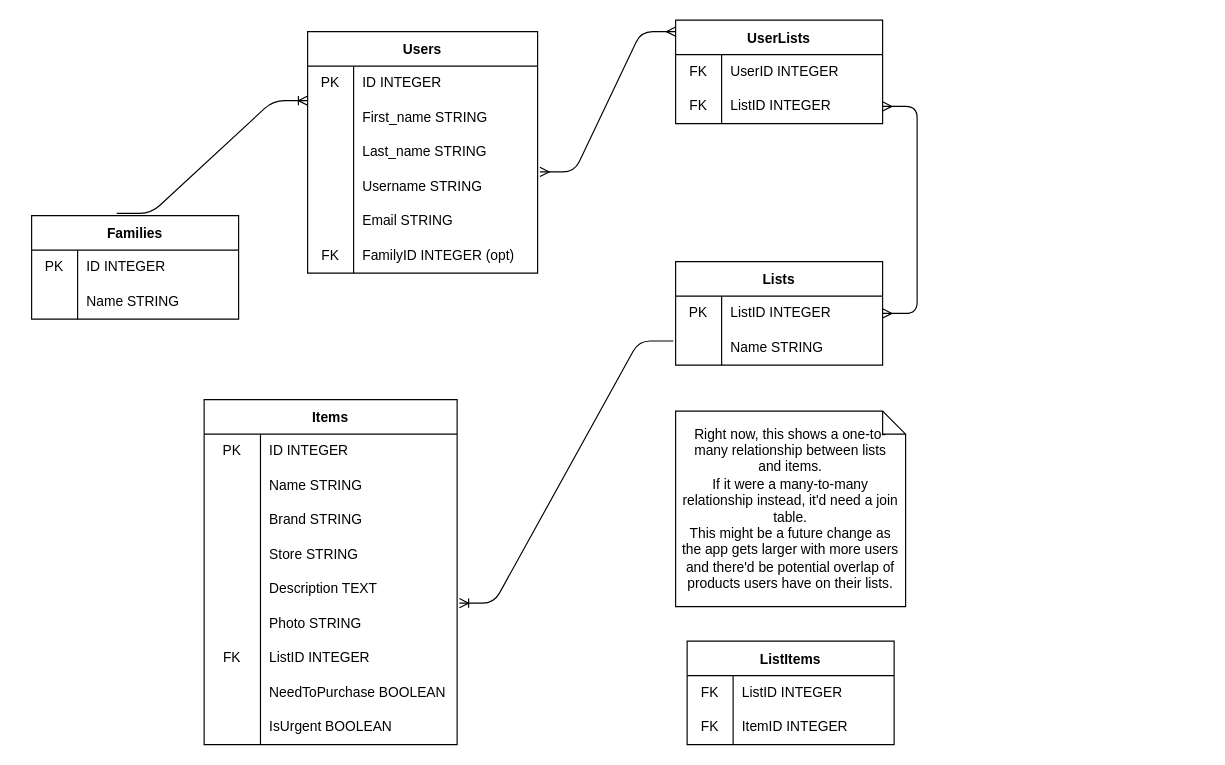
Earlier version of the draw.io diagram Back-End/notes-for-personal-fullstack-project.drawio (lucilejones/fullstack-knowledge-base). Source tidied: cells renumbered, new cells numbered last; positions are measured from the earlier drawing's top-left corner, leaving out a move shared by most shapes. Both pictures are drawn from the tidied source at 115%, with x=0, y=0 at pixel (31, 20).
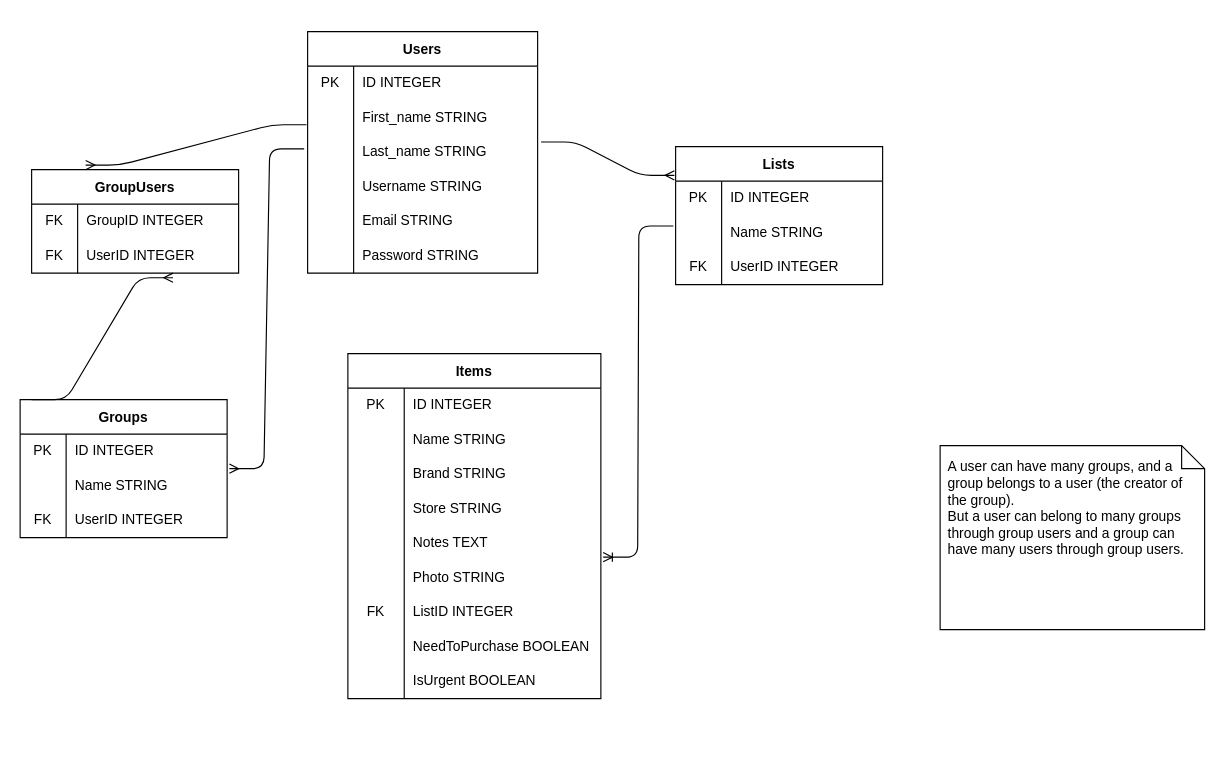
Above is the later version.

Commit message (it also covers changes not shown here):
added notes for fullstack demo part 2

The change refers to these unchanged cells:
```xml
<mxCell id="6" style="shape=tableRow;horizontal=0;startSize=0;swimlaneHead=0;swimlaneBody=0;top=0;left=0;bottom=0;right=0;fillColor=none;points=[[0,0.5],[1,0.5]];portConstraint=eastwest;" parent="2" vertex="1">
  <mxGeometry y="60" width="200" height="30" as="geometry" />
</mxCell>
<mxCell id="9" style="shape=tableRow;horizontal=0;startSize=0;swimlaneHead=0;swimlaneBody=0;top=0;left=0;bottom=0;right=0;fillColor=none;points=[[0,0.5],[1,0.5]];portConstraint=eastwest;" parent="2" vertex="1">
  <mxGeometry y="90" width="200" height="30" as="geometry" />
</mxCell>
<mxCell id="12" style="shape=tableRow;horizontal=0;startSize=0;swimlaneHead=0;swimlaneBody=0;top=0;left=0;bottom=0;right=0;fillColor=none;points=[[0,0.5],[1,0.5]];portConstraint=eastwest;" parent="2" vertex="1">
  <mxGeometry y="120" width="200" height="30" as="geometry" />
</mxCell>
<mxCell id="18" style="shape=tableRow;horizontal=0;startSize=0;swimlaneHead=0;swimlaneBody=0;top=0;left=0;bottom=0;right=0;fillColor=none;" parent="2" vertex="1">
  <mxGeometry y="180" width="200" height="30" as="geometry" />
</mxCell>
<mxCell id="34" style="shape=tableRow;horizontal=0;startSize=0;swimlaneHead=0;swimlaneBody=0;top=0;left=0;bottom=0;right=0;fillColor=none;" parent="21" vertex="1">
  <mxGeometry y="150" width="220" height="30" as="geometry" />
</mxCell>
<mxCell id="37" style="shape=tableRow;horizontal=0;startSize=0;swimlaneHead=0;swimlaneBody=0;top=0;left=0;bottom=0;right=0;fillColor=none;points=[[0,0.5],[1,0.5]];portConstraint=eastwest;" parent="21" vertex="1">
  <mxGeometry y="180" width="220" height="30" as="geometry" />
</mxCell>
<mxCell id="53" style="shape=tableRow;horizontal=0;startSize=0;swimlaneHead=0;swimlaneBody=0;top=0;left=0;bottom=0;right=0;fillColor=none;points=[[0,0.5],[1,0.5]];portConstraint=eastwest;swimlaneLine=1;swimlaneFillColor=none;fillStyle=auto;" parent="49" vertex="1">
  <mxGeometry y="60" width="180" height="30" as="geometry" />
</mxCell>
<mxCell id="57" style="shape=tableRow;horizontal=0;startSize=0;swimlaneHead=0;swimlaneBody=0;top=0;left=0;bottom=0;right=0;fillColor=none;points=[[0,0.5],[1,0.5]];portConstraint=eastwest;" parent="56" vertex="1">
  <mxGeometry y="30" width="180" height="30" as="geometry" />
</mxCell>
<mxCell id="60" style="shape=tableRow;horizontal=0;startSize=0;swimlaneHead=0;swimlaneBody=0;top=0;left=0;bottom=0;right=0;fillColor=none;points=[[0,0.5],[1,0.5]];portConstraint=eastwest;" parent="56" vertex="1">
  <mxGeometry y="60" width="180" height="30" as="geometry" />
</mxCell>
```

Change to the diagram source:
```diff
@@
-    <mxCell id="19" value="FK" style="shape=partialRectangle;html=1;whiteSpace=wrap;fillColor=none;top=0;left=0;bottom=0;right=0;overflow=hidden;" parent="18" vertex="1">
+    <mxCell id="19" style="shape=partialRectangle;html=1;whiteSpace=wrap;fillColor=none;top=0;left=0;bottom=0;right=0;overflow=hidden;" parent="18" vertex="1">
       <mxGeometry width="40" height="30" as="geometry" />
     </mxCell>
-    <mxCell id="20" value="FamilyID INTEGER (opt)" style="shape=partialRectangle;html=1;whiteSpace=wrap;fillColor=none;top=0;left=0;bottom=0;right=0;align=left;spacingLeft=6;overflow=hidden;" parent="18" vertex="1">
+    <mxCell id="20" value="Password STRING" style="shape=partialRectangle;html=1;whiteSpace=wrap;fillColor=none;top=0;left=0;bottom=0;right=0;align=left;spacingLeft=6;overflow=hidden;" parent="18" vertex="1">
       <mxGeometry x="40" width="160" height="30" as="geometry" />
     </mxCell>
     <mxCell id="21" value="Items" style="shape=table;startSize=30;childLayout=tableLayout;rowLines=0;fontStyle=1;" parent="1" vertex="1">
-      <mxGeometry x="150" y="330" width="220" height="300" as="geometry" />
+      <mxGeometry x="275" y="290" width="220" height="300" as="geometry" />
     </mxCell>
@@
-    <mxCell id="36" value="Description TEXT" style="shape=partialRectangle;html=1;whiteSpace=wrap;fillColor=none;top=0;left=0;bottom=0;right=0;align=left;spacingLeft=6;overflow=hidden;" parent="34" vertex="1">
+    <mxCell id="36" value="Notes TEXT" style="shape=partialRectangle;html=1;whiteSpace=wrap;fillColor=none;top=0;left=0;bottom=0;right=0;align=left;spacingLeft=6;overflow=hidden;" parent="34" vertex="1">
       <mxGeometry x="49" width="171" height="30" as="geometry" />
     </mxCell>
@@
-    <mxCell id="49" value="Families" style="shape=table;startSize=30;childLayout=tableLayout;rowLines=0;fontStyle=1;" parent="1" vertex="1">
-      <mxGeometry y="170" width="180" height="90" as="geometry" />
+    <mxCell id="49" value="Groups" style="shape=table;startSize=30;childLayout=tableLayout;rowLines=0;fontStyle=1;" parent="1" vertex="1">
+      <mxGeometry x="-10" y="330" width="180" height="120" as="geometry" />
     </mxCell>
@@
+    <mxCell id="82" style="shape=tableRow;horizontal=0;startSize=0;swimlaneHead=0;swimlaneBody=0;top=0;left=0;bottom=0;right=0;fillColor=none;swimlaneLine=1;swimlaneFillColor=none;fillStyle=auto;" parent="49" vertex="1">
+      <mxGeometry y="90" width="180" height="30" as="geometry" />
+    </mxCell>
+    <mxCell id="83" value="FK" style="shape=partialRectangle;html=1;whiteSpace=wrap;fillColor=none;top=0;left=0;bottom=0;right=0;overflow=hidden;" parent="82" vertex="1">
+      <mxGeometry width="40" height="30" as="geometry" />
+    </mxCell>
+    <mxCell id="84" value="UserID INTEGER" style="shape=partialRectangle;html=1;whiteSpace=wrap;fillColor=none;top=0;left=0;bottom=0;right=0;align=left;spacingLeft=6;overflow=hidden;" parent="82" vertex="1">
+      <mxGeometry x="40" width="140" height="30" as="geometry" />
+    </mxCell>
     <mxCell id="56" value="Lists" style="shape=table;startSize=30;childLayout=tableLayout;rowLines=0;fontStyle=1;" parent="1" vertex="1">
-      <mxGeometry x="560" y="210" width="180" height="90" as="geometry" />
+      <mxGeometry x="560" y="110" width="180" height="120" as="geometry" />
     </mxCell>
@@
-    <mxCell id="59" value="ListID INTEGER" style="shape=partialRectangle;html=1;whiteSpace=wrap;fillColor=none;top=0;left=0;bottom=0;right=0;align=left;spacingLeft=6;overflow=hidden;" parent="57" vertex="1">
+    <mxCell id="59" value="ID INTEGER" style="shape=partialRectangle;html=1;whiteSpace=wrap;fillColor=none;top=0;left=0;bottom=0;right=0;align=left;spacingLeft=6;overflow=hidden;" parent="57" vertex="1">
       <mxGeometry x="40" width="140" height="30" as="geometry" />
     </mxCell>
@@
-    <mxCell id="63" style="edgeStyle=entityRelationEdgeStyle;fontSize=12;html=1;endArrow=ERmany;startArrow=ERmany;exitX=1.01;exitY=0.067;exitDx=0;exitDy=0;exitPerimeter=0;" parent="1" edge="1" source="12">
-      <mxGeometry relative="1" as="geometry">
-        <mxPoint x="560" y="10" as="targetPoint" />
-      </mxGeometry>
-    </mxCell>
-    <mxCell id="64" value="UserLists" style="shape=table;startSize=30;childLayout=tableLayout;rowLines=0;fontStyle=1;" parent="1" vertex="1">
-      <mxGeometry x="560" width="180" height="90" as="geometry" />
-    </mxCell>
-    <mxCell id="65" style="shape=tableRow;horizontal=0;startSize=0;swimlaneHead=0;swimlaneBody=0;top=0;left=0;bottom=0;right=0;fillColor=none;" parent="64" vertex="1">
-      <mxGeometry y="30" width="180" height="30" as="geometry" />
-    </mxCell>
-    <mxCell id="66" value="FK" style="shape=partialRectangle;html=1;whiteSpace=wrap;fillColor=none;top=0;left=0;bottom=0;right=0;overflow=hidden;" parent="65" vertex="1">
-      <mxGeometry width="40" height="30" as="geometry" />
-    </mxCell>
-    <mxCell id="67" value="UserID INTEGER" style="shape=partialRectangle;html=1;whiteSpace=wrap;fillColor=none;top=0;left=0;bottom=0;right=0;align=left;spacingLeft=6;overflow=hidden;" parent="65" vertex="1">
-      <mxGeometry x="40" width="140" height="30" as="geometry" />
-    </mxCell>
-    <mxCell id="68" style="shape=tableRow;horizontal=0;startSize=0;swimlaneHead=0;swimlaneBody=0;top=0;left=0;bottom=0;right=0;fillColor=none;points=[[0,0.5],[1,0.5]];portConstraint=eastwest;" parent="64" vertex="1">
-      <mxGeometry y="60" width="180" height="30" as="geometry" />
-    </mxCell>
-    <mxCell id="69" value="FK" style="shape=partialRectangle;html=1;whiteSpace=wrap;fillColor=none;top=0;left=0;bottom=0;right=0;overflow=hidden;" parent="68" vertex="1">
-      <mxGeometry width="40" height="30" as="geometry" />
-    </mxCell>
-    <mxCell id="70" value="ListID INTEGER" style="shape=partialRectangle;html=1;whiteSpace=wrap;fillColor=none;top=0;left=0;bottom=0;right=0;align=left;spacingLeft=6;overflow=hidden;" parent="68" vertex="1">
-      <mxGeometry x="40" width="140" height="30" as="geometry" />
-    </mxCell>
+    <mxCell id="85" style="shape=tableRow;horizontal=0;startSize=0;swimlaneHead=0;swimlaneBody=0;top=0;left=0;bottom=0;right=0;fillColor=none;" parent="56" vertex="1">
+      <mxGeometry y="90" width="180" height="30" as="geometry" />
+    </mxCell>
+    <mxCell id="86" value="FK" style="shape=partialRectangle;html=1;whiteSpace=wrap;fillColor=none;top=0;left=0;bottom=0;right=0;overflow=hidden;" parent="85" vertex="1">
+      <mxGeometry width="40" height="30" as="geometry" />
+    </mxCell>
+    <mxCell id="87" value="UserID INTEGER" style="shape=partialRectangle;html=1;whiteSpace=wrap;fillColor=none;top=0;left=0;bottom=0;right=0;align=left;spacingLeft=6;overflow=hidden;" parent="85" vertex="1">
+      <mxGeometry x="40" width="140" height="30" as="geometry" />
+    </mxCell>
+    <mxCell id="72" style="edgeStyle=entityRelationEdgeStyle;fontSize=12;html=1;endArrow=ERoneToMany;exitX=-0.011;exitY=0.3;exitDx=0;exitDy=0;exitPerimeter=0;entryX=1.009;entryY=-0.1;entryDx=0;entryDy=0;entryPerimeter=0;" parent="1" edge="1" source="60" target="37">
+      <mxGeometry relative="1" as="geometry" />
+    </mxCell>
-    <mxCell id="71" style="edgeStyle=entityRelationEdgeStyle;fontSize=12;html=1;endArrow=ERmany;startArrow=ERmany;exitX=1;exitY=0.5;exitDx=0;exitDy=0;" parent="1" edge="1" source="57" target="68">
+    <mxCell id="71" style="edgeStyle=entityRelationEdgeStyle;fontSize=12;html=1;endArrow=ERmany;exitX=1.015;exitY=0.2;exitDx=0;exitDy=0;exitPerimeter=0;entryX=-0.006;entryY=-0.167;entryDx=0;entryDy=0;entryPerimeter=0;" parent="1" edge="1" source="9" target="57">
       <mxGeometry relative="1" as="geometry" />
     </mxCell>
-    <mxCell id="72" style="edgeStyle=entityRelationEdgeStyle;fontSize=12;html=1;endArrow=ERoneToMany;exitX=-0.011;exitY=0.3;exitDx=0;exitDy=0;exitPerimeter=0;entryX=1.009;entryY=-0.1;entryDx=0;entryDy=0;entryPerimeter=0;" parent="1" edge="1" source="60" target="37">
-      <mxGeometry relative="1" as="geometry" />
-    </mxCell>
-    <mxCell id="73" value="Right now, this shows a one-to-many relationship between lists and items.&lt;br&gt;If it were a many-to-many relationship instead, it'd need a join table.&lt;br&gt;This might be a future change as the app gets larger with more users and there'd be potential overlap of products users have on their lists." style="shape=note;size=20;whiteSpace=wrap;html=1;align=center;verticalAlign=middle;spacing=6;" parent="1" vertex="1">
-      <mxGeometry x="560" y="340" width="200" height="170" as="geometry" />
-    </mxCell>
-    <mxCell id="74" value="ListItems" style="shape=table;startSize=30;childLayout=tableLayout;rowLines=0;fontStyle=1;" parent="1" vertex="1">
-      <mxGeometry x="570" y="540" width="180" height="90" as="geometry" />
-    </mxCell>
-    <mxCell id="75" style="shape=tableRow;horizontal=0;startSize=0;swimlaneHead=0;swimlaneBody=0;top=0;left=0;bottom=0;right=0;fillColor=none;" parent="74" vertex="1">
-      <mxGeometry y="30" width="180" height="30" as="geometry" />
-    </mxCell>
-    <mxCell id="76" value="FK" style="shape=partialRectangle;html=1;whiteSpace=wrap;fillColor=none;top=0;left=0;bottom=0;right=0;overflow=hidden;" parent="75" vertex="1">
-      <mxGeometry width="40" height="30" as="geometry" />
-    </mxCell>
-    <mxCell id="77" value="ListID INTEGER" style="shape=partialRectangle;html=1;whiteSpace=wrap;fillColor=none;top=0;left=0;bottom=0;right=0;align=left;spacingLeft=6;overflow=hidden;" parent="75" vertex="1">
-      <mxGeometry x="40" width="140" height="30" as="geometry" />
-    </mxCell>
-    <mxCell id="78" style="shape=tableRow;horizontal=0;startSize=0;swimlaneHead=0;swimlaneBody=0;top=0;left=0;bottom=0;right=0;fillColor=none;" parent="74" vertex="1">
-      <mxGeometry y="60" width="180" height="30" as="geometry" />
-    </mxCell>
-    <mxCell id="79" value="FK" style="shape=partialRectangle;html=1;whiteSpace=wrap;fillColor=none;top=0;left=0;bottom=0;right=0;overflow=hidden;" parent="78" vertex="1">
-      <mxGeometry width="40" height="30" as="geometry" />
-    </mxCell>
-    <mxCell id="80" value="ItemID INTEGER" style="shape=partialRectangle;html=1;whiteSpace=wrap;fillColor=none;top=0;left=0;bottom=0;right=0;align=left;spacingLeft=6;overflow=hidden;" parent="78" vertex="1">
-      <mxGeometry x="40" width="140" height="30" as="geometry" />
-    </mxCell>
-    <mxCell id="81" style="edgeStyle=entityRelationEdgeStyle;fontSize=12;html=1;endArrow=ERoneToMany;entryX=0;entryY=0;entryDx=0;entryDy=0;entryPerimeter=0;exitX=0.411;exitY=-0.022;exitDx=0;exitDy=0;exitPerimeter=0;" parent="1" edge="1" source="49" target="6">
-      <mxGeometry relative="1" as="geometry" />
-    </mxCell>
+    <mxCell id="88" value="GroupUsers" style="shape=table;startSize=30;childLayout=tableLayout;rowLines=0;fontStyle=1;fontSize=12;" parent="1" vertex="1">
+      <mxGeometry y="130" width="180" height="90" as="geometry" />
+    </mxCell>
+    <mxCell id="89" style="shape=tableRow;horizontal=0;startSize=0;swimlaneHead=0;swimlaneBody=0;top=0;left=0;bottom=0;right=0;fillColor=none;fontSize=12;" parent="88" vertex="1">
+      <mxGeometry y="30" width="180" height="30" as="geometry" />
+    </mxCell>
+    <mxCell id="90" value="FK" style="shape=partialRectangle;html=1;whiteSpace=wrap;fillColor=none;top=0;left=0;bottom=0;right=0;overflow=hidden;fontSize=12;" parent="89" vertex="1">
+      <mxGeometry width="40" height="30" as="geometry" />
+    </mxCell>
+    <mxCell id="91" value="GroupID INTEGER" style="shape=partialRectangle;html=1;whiteSpace=wrap;fillColor=none;top=0;left=0;bottom=0;right=0;align=left;spacingLeft=6;overflow=hidden;fontSize=12;" parent="89" vertex="1">
+      <mxGeometry x="40" width="140" height="30" as="geometry" />
+    </mxCell>
+    <mxCell id="92" style="shape=tableRow;horizontal=0;startSize=0;swimlaneHead=0;swimlaneBody=0;top=0;left=0;bottom=0;right=0;fillColor=none;points=[[0,0.5],[1,0.5]];portConstraint=eastwest;fontSize=12;" parent="88" vertex="1">
+      <mxGeometry y="60" width="180" height="30" as="geometry" />
+    </mxCell>
+    <mxCell id="93" value="FK" style="shape=partialRectangle;html=1;whiteSpace=wrap;fillColor=none;top=0;left=0;bottom=0;right=0;overflow=hidden;fontSize=12;" parent="92" vertex="1">
+      <mxGeometry width="40" height="30" as="geometry" />
+    </mxCell>
+    <mxCell id="94" value="UserID INTEGER" style="shape=partialRectangle;html=1;whiteSpace=wrap;fillColor=none;top=0;left=0;bottom=0;right=0;align=left;spacingLeft=6;overflow=hidden;fontSize=12;" parent="92" vertex="1">
+      <mxGeometry x="40" width="140" height="30" as="geometry" />
+    </mxCell>
+    <mxCell id="95" style="edgeStyle=entityRelationEdgeStyle;fontSize=12;html=1;endArrow=ERmany;entryX=0.683;entryY=1.133;entryDx=0;entryDy=0;entryPerimeter=0;" parent="1" edge="1" target="92">
+      <mxGeometry relative="1" as="geometry">
+        <mxPoint y="330" as="sourcePoint" />
+      </mxGeometry>
+    </mxCell>
+    <mxCell id="96" style="edgeStyle=entityRelationEdgeStyle;fontSize=12;html=1;endArrow=ERmany;exitX=-0.005;exitY=0.7;exitDx=0;exitDy=0;exitPerimeter=0;entryX=0.261;entryY=-0.044;entryDx=0;entryDy=0;entryPerimeter=0;" parent="1" edge="1" source="6" target="88">
+      <mxGeometry relative="1" as="geometry" />
+    </mxCell>
+    <mxCell id="97" style="edgeStyle=entityRelationEdgeStyle;fontSize=12;html=1;endArrow=ERmany;exitX=-0.015;exitY=0.4;exitDx=0;exitDy=0;exitPerimeter=0;entryX=1.011;entryY=0;entryDx=0;entryDy=0;entryPerimeter=0;" parent="1" edge="1" source="9" target="53">
+      <mxGeometry relative="1" as="geometry" />
+    </mxCell>
+    <mxCell id="98" value="A user can have many groups, and a group belongs to a user (the creator of the group).&lt;br&gt;But a user can belong to many groups through group users and a group can have many users through group users.&amp;nbsp;" style="shape=note;size=20;whiteSpace=wrap;html=1;fontSize=12;align=left;verticalAlign=top;spacing=7;" parent="1" vertex="1">
+      <mxGeometry x="790" y="370" width="230" height="160" as="geometry" />
+    </mxCell>
```
